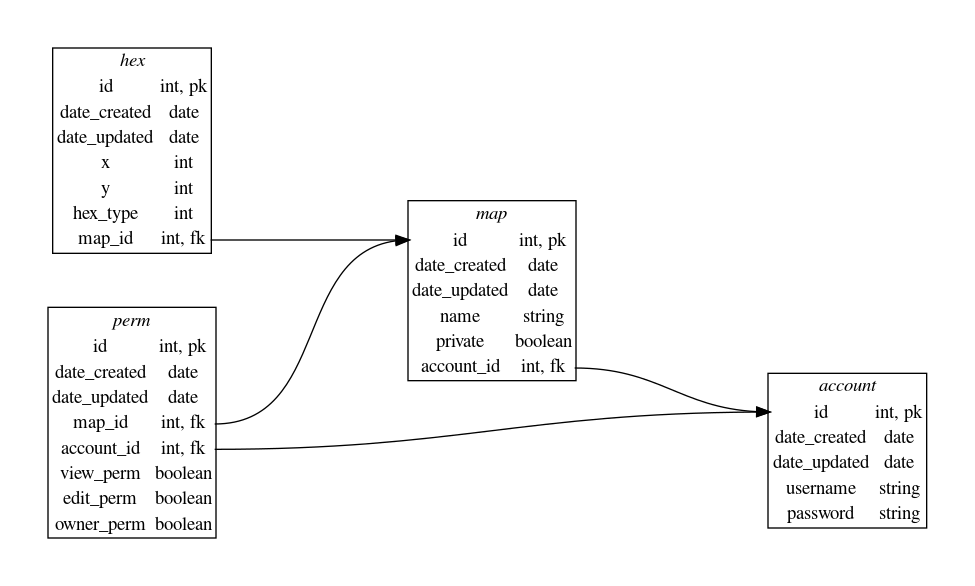
Above: doc/database_diagram.png in anroysko/path-optimizer-site (Graphviz), before the change. Its source is kept beside it as doc/database_diagram.dot.
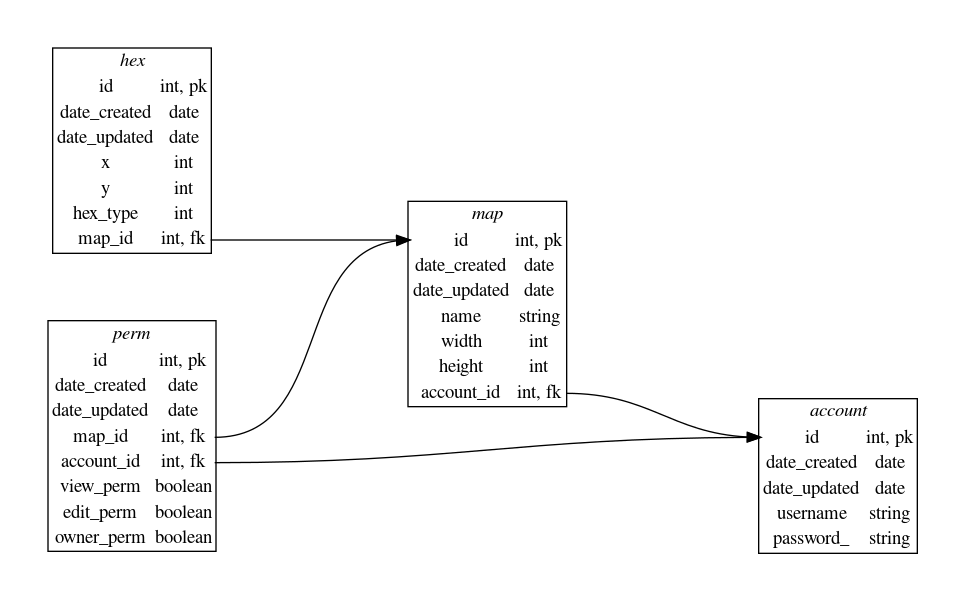
The same file after the commit.

Commit message:
Fix errors in database diagram

The edit, as a diff of the source:
```diff
@@ -11,7 +11,7 @@
 		<tr><td>date_created</td><td>date</td></tr>
 		<tr><td>date_updated</td><td>date</td></tr>
 		<tr><td>username</td><td>string</td></tr>
-		<tr><td>password</td><td>string</td></tr>
+		<tr><td>password_</td><td>string</td></tr>
 	</table>>];
 
 	map [label=<
@@ -21,7 +21,8 @@
 		<tr><td>date_created</td><td>date</td></tr>
 		<tr><td>date_updated</td><td>date</td></tr>
 		<tr><td>name</td><td>string</td></tr>
-		<tr><td>private</td><td>boolean</td></tr>
+		<tr><td>width</td><td>int</td></tr>
+		<tr><td>height</td><td>int</td></tr>
 		<tr><td>account_id</td><td port="3">int, fk</td></tr>
 	</table>>];
 
```
